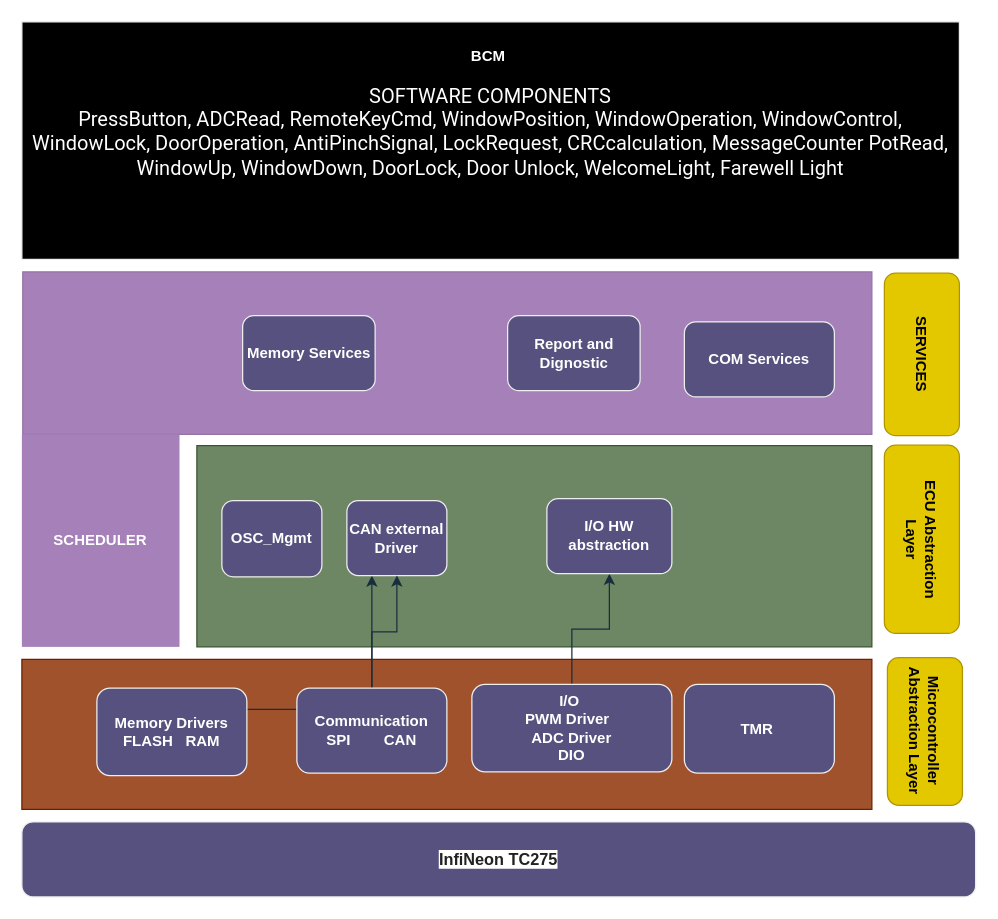
Earlier version of the draw.io diagram page "Página-1" (1 of 2) of Diagrama sin título.drawio (juankcl/ContiDiagrams). Source tidied: cells renumbered, new cells numbered last; positions are measured from the earlier drawing's top-left corner, leaving out a move shared by most shapes. Both pictures are drawn from the tidied source at 125%, with x=0, y=0 at pixel (21, 21).
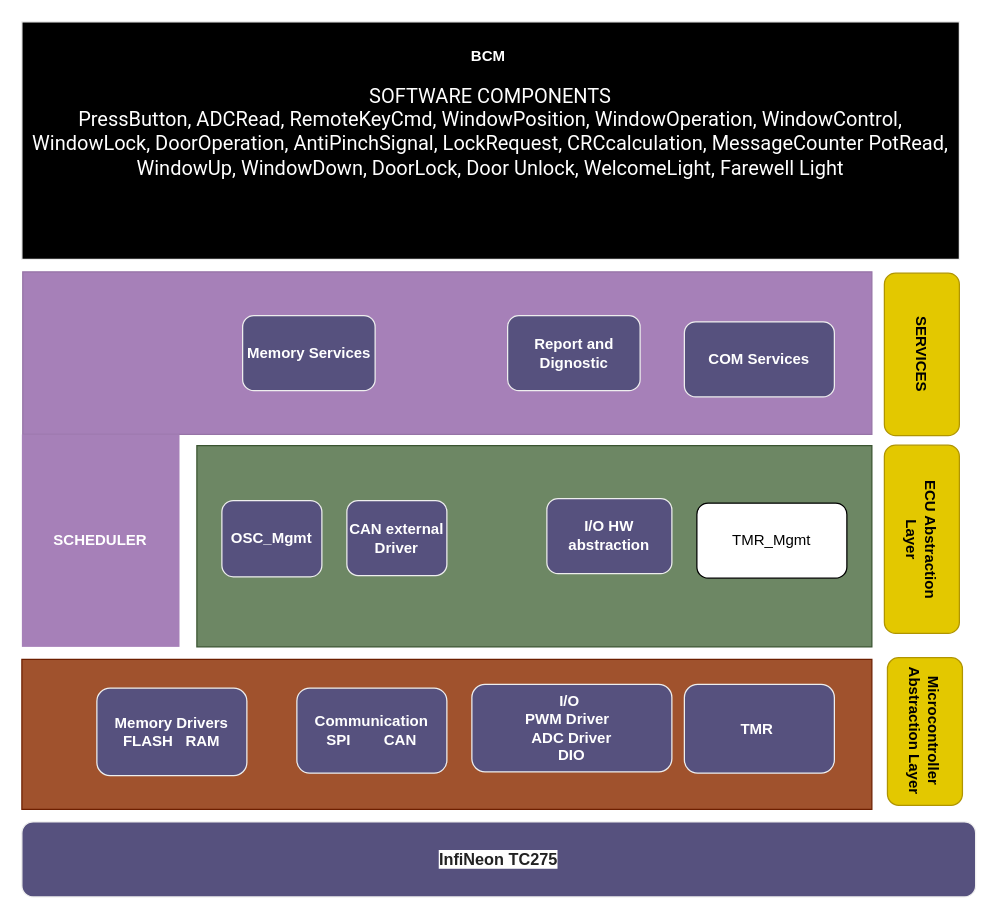
The same diagram, later.

Unchanged cells that the change refers to:
```xml
<mxCell id="13" value="I/O&amp;nbsp;&lt;br&gt;PWM Driver&amp;nbsp;&amp;nbsp;&lt;br&gt;ADC Driver&lt;br&gt;DIO" style="rounded=1;whiteSpace=wrap;html=1;fillColor=#56517E;strokeColor=#EEEEEE;fontColor=#FFFFFF;fontStyle=1;" parent="1" vertex="1">
  <mxGeometry x="360" y="530" width="160" height="70" as="geometry" />
</mxCell>
<mxCell id="15" value="Memory Drivers&lt;br&gt;FLASH&amp;nbsp; &amp;nbsp;RAM" style="rounded=1;whiteSpace=wrap;html=1;fillColor=#56517E;strokeColor=#EEEEEE;fontColor=#FFFFFF;fontStyle=1;" parent="1" vertex="1">
  <mxGeometry x="60" y="533" width="120" height="70" as="geometry" />
</mxCell>
<mxCell id="18" value="I/O HW abstraction" style="rounded=1;whiteSpace=wrap;html=1;fillColor=#56517E;strokeColor=#EEEEEE;fontColor=#FFFFFF;fontStyle=1;" parent="1" vertex="1">
  <mxGeometry x="420" y="381.4" width="100" height="60" as="geometry" />
</mxCell>
<mxCell id="20" value="CAN external Driver" style="rounded=1;whiteSpace=wrap;html=1;fillColor=#56517E;strokeColor=#EEEEEE;fontColor=#FFFFFF;fontStyle=1;" parent="1" vertex="1">
  <mxGeometry x="260" y="382.9" width="80" height="60" as="geometry" />
</mxCell>
<mxCell id="24" value="Communication&lt;br&gt;SPI&amp;nbsp; &amp;nbsp; &amp;nbsp; &amp;nbsp; CAN" style="rounded=1;whiteSpace=wrap;html=1;fillColor=#56517E;strokeColor=#EEEEEE;fontColor=#FFFFFF;fontStyle=1;" parent="1" vertex="1">
  <mxGeometry x="220" y="533" width="120" height="68" as="geometry" />
</mxCell>
```

What changed in the source:
```diff
@@
     <mxCell id="2" style="group;" parent="1" vertex="1">
-      <mxGeometry y="200" width="680" height="300" as="geometry" />
+      <mxGeometry y="200" width="680" height="331" as="geometry" />
     </mxCell>
@@
+    <mxCell id="10" style="rounded=0;whiteSpace=wrap;html=1;fillColor=#6d8764;strokeColor=#3A5431;fontColor=#ffffff;fontStyle=1;" parent="2" vertex="1">
+      <mxGeometry x="140" y="139" width="540" height="161" as="geometry" />
+    </mxCell>
+    <mxCell id="26" value="&lt;font color=&quot;#000000&quot;&gt;TMR_Mgmt&lt;/font&gt;" style="rounded=1;whiteSpace=wrap;html=1;labelBackgroundColor=none;fontColor=#FFFFFF;" parent="2" vertex="1">
+      <mxGeometry x="540" y="185" width="120" height="60" as="geometry" />
+    </mxCell>
@@
-    <mxCell id="10" style="rounded=0;whiteSpace=wrap;html=1;fillColor=#6d8764;strokeColor=#3A5431;fontColor=#ffffff;fontStyle=1;" parent="1" vertex="1">
-      <mxGeometry x="140" y="339" width="540" height="161" as="geometry" />
-    </mxCell>
@@
-    <mxCell id="12" style="edgeStyle=orthogonalEdgeStyle;rounded=0;jettySize=auto;html=1;labelBackgroundColor=#FAD9D5;strokeColor=#182E3E;fontStyle=1;" parent="1" edge="1" source="13" target="18">
-      <mxGeometry relative="1" as="geometry" />
-    </mxCell>
@@
-    <mxCell id="14" style="edgeStyle=orthogonalEdgeStyle;rounded=0;jettySize=auto;html=1;labelBackgroundColor=#FAD9D5;strokeColor=#182E3E;fontStyle=1;" parent="1" edge="1" source="15" target="20">
-      <mxGeometry relative="1" as="geometry">
-        <Array as="points">
-          <mxPoint x="120" y="550" />
-          <mxPoint x="280" y="550" />
-        </Array>
-      </mxGeometry>
-    </mxCell>
@@
-    <mxCell id="23" style="edgeStyle=orthogonalEdgeStyle;rounded=0;jettySize=auto;html=1;entryX=0.5;entryY=1;entryDx=0;entryDy=0;labelBackgroundColor=#FAD9D5;strokeColor=#182E3E;fontStyle=1;" parent="1" edge="1" source="24" target="20">
-      <mxGeometry relative="1" as="geometry" />
-    </mxCell>
```
